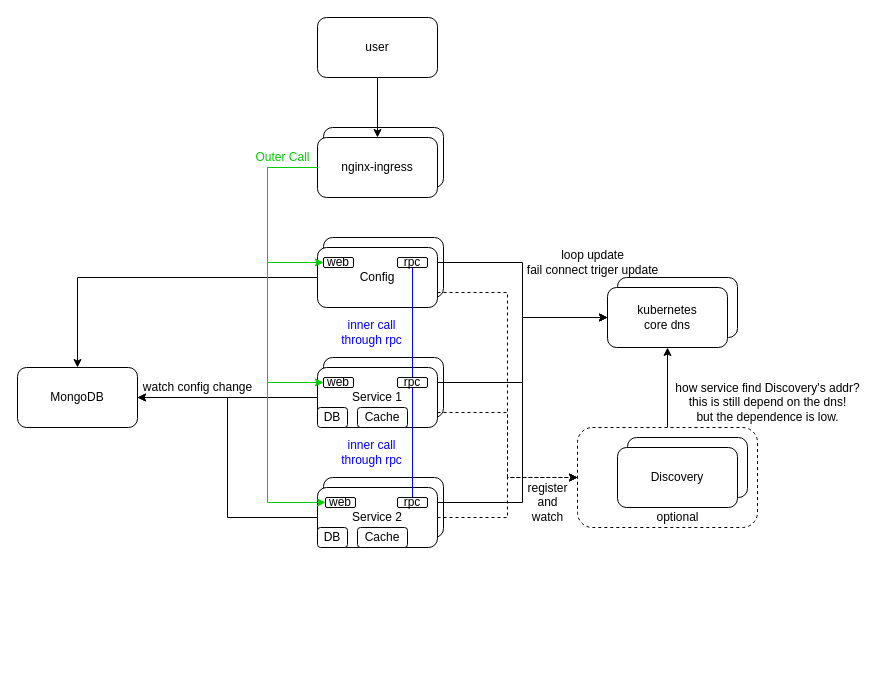
Earlier version of the draw.io diagram Corelib.drawio (chenjie199234/Corelib). Source tidied: cells renumbered, new cells numbered last; positions are measured from the earlier drawing's top-left corner, leaving out a move shared by most shapes. Both pictures are drawn from the tidied source at 100%, with x=0, y=0 at pixel (17, 17).
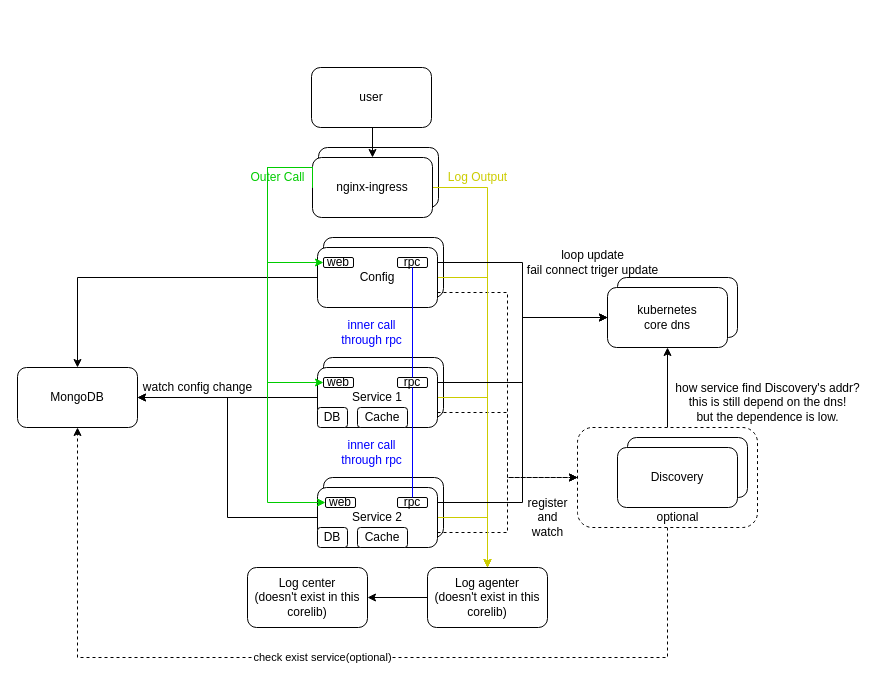
The same page after the edit.

The change refers to these unchanged cells:
```xml
<mxCell id="4" style="rounded=1;whiteSpace=wrap;html=1;dashed=1;" parent="1" vertex="1">
  <mxGeometry x="560" y="410" width="180" height="100" as="geometry" />
</mxCell>
<mxCell id="12" value="Config" style="rounded=1;whiteSpace=wrap;html=1;" parent="1" vertex="1">
  <mxGeometry x="300" y="230" width="120" height="60" as="geometry" />
</mxCell>
<mxCell id="17" value="Service 1" style="rounded=1;whiteSpace=wrap;html=1;" parent="1" vertex="1">
  <mxGeometry x="300" y="350" width="120" height="60" as="geometry" />
</mxCell>
<mxCell id="22" value="Service 2" style="rounded=1;whiteSpace=wrap;html=1;" parent="1" vertex="1">
  <mxGeometry x="300" y="470" width="120" height="60" as="geometry" />
</mxCell>
<mxCell id="23" value="MongoDB" style="rounded=1;whiteSpace=wrap;html=1;" parent="1" vertex="1">
  <mxGeometry y="350" width="120" height="60" as="geometry" />
</mxCell>
```

Diff of the diagram source:
```diff
@@
+    <mxCell id="51" value="check exist service(optional)" style="edgeStyle=orthogonalEdgeStyle;rounded=0;jettySize=auto;html=1;entryX=0.5;entryY=1;entryDx=0;entryDy=0;dashed=1;" parent="1" edge="1" source="4" target="23">
+      <mxGeometry relative="1" as="geometry">
+        <Array as="points">
+          <mxPoint x="650" y="640" />
+          <mxPoint x="60" y="640" />
+        </Array>
+      </mxGeometry>
+    </mxCell>
@@
     <mxCell id="6" style="rounded=1;whiteSpace=wrap;html=1;" parent="1" vertex="1">
-      <mxGeometry x="306" y="110" width="120" height="60" as="geometry" />
+      <mxGeometry x="301" y="130" width="120" height="60" as="geometry" />
     </mxCell>
@@
+    <mxCell id="52" style="edgeStyle=orthogonalEdgeStyle;rounded=0;jettySize=auto;html=1;exitX=1;exitY=0.5;exitDx=0;exitDy=0;entryX=0.5;entryY=0;entryDx=0;entryDy=0;strokeColor=#CCCC00;" parent="1" edge="1" source="8" target="58">
+      <mxGeometry relative="1" as="geometry" />
+    </mxCell>
     <mxCell id="8" value="nginx-ingress" style="rounded=1;whiteSpace=wrap;html=1;" parent="1" vertex="1">
-      <mxGeometry x="300" y="120" width="120" height="60" as="geometry" />
+      <mxGeometry x="295" y="140" width="120" height="60" as="geometry" />
     </mxCell>
@@
+    <mxCell id="53" style="edgeStyle=orthogonalEdgeStyle;rounded=0;jettySize=auto;html=1;exitX=1;exitY=0.5;exitDx=0;exitDy=0;entryX=0.5;entryY=0;entryDx=0;entryDy=0;strokeColor=#CCCC00;" parent="1" edge="1" source="12" target="58">
+      <mxGeometry relative="1" as="geometry" />
+    </mxCell>
@@
+    <mxCell id="54" style="edgeStyle=orthogonalEdgeStyle;rounded=0;jettySize=auto;html=1;exitX=1;exitY=0.5;exitDx=0;exitDy=0;entryX=0.5;entryY=0;entryDx=0;entryDy=0;strokeColor=#CCCC00;" parent="1" edge="1" source="17" target="58">
+      <mxGeometry relative="1" as="geometry" />
+    </mxCell>
@@
-    <mxCell id="21" style="edgeStyle=orthogonalEdgeStyle;rounded=0;jettySize=auto;html=1;exitX=1;exitY=0.5;exitDx=0;exitDy=0;entryX=0;entryY=0.5;entryDx=0;entryDy=0;dashed=1;strokeColor=#000000;" parent="1" edge="1" source="22" target="4">
+    <mxCell id="21" style="edgeStyle=orthogonalEdgeStyle;rounded=0;jettySize=auto;html=1;exitX=1;exitY=0.75;exitDx=0;exitDy=0;entryX=0;entryY=0.5;entryDx=0;entryDy=0;dashed=1;strokeColor=#000000;" parent="1" edge="1" source="22" target="4">
       <mxGeometry relative="1" as="geometry" />
     </mxCell>
+    <mxCell id="55" style="edgeStyle=orthogonalEdgeStyle;rounded=0;jettySize=auto;html=1;exitX=1;exitY=0.5;exitDx=0;exitDy=0;entryX=0.5;entryY=0;entryDx=0;entryDy=0;strokeColor=#CCCC00;" parent="1" edge="1" source="22" target="58">
+      <mxGeometry relative="1" as="geometry" />
+    </mxCell>
@@
     <mxCell id="34" value="&lt;font color=&quot;#00cc00&quot;&gt;Outer Call&lt;/font&gt;" style="text;html=1;align=center;verticalAlign=middle;strokeColor=none;fillColor=none;" parent="1" vertex="1">
-      <mxGeometry x="230" y="130" width="70" height="20" as="geometry" />
+      <mxGeometry x="225" y="150" width="70" height="20" as="geometry" />
     </mxCell>
@@
     <mxCell id="46" value="register&lt;br&gt;and&lt;br&gt;watch" style="text;html=1;align=center;verticalAlign=middle;strokeColor=none;fillColor=none;" parent="1" vertex="1">
-      <mxGeometry x="500" y="460" width="60" height="50" as="geometry" />
+      <mxGeometry x="500" y="475" width="60" height="50" as="geometry" />
     </mxCell>
@@
     <mxCell id="50" value="user" style="rounded=1;whiteSpace=wrap;html=1;" parent="1" vertex="1">
-      <mxGeometry x="300" width="120" height="60" as="geometry" />
+      <mxGeometry x="294" y="50" width="120" height="60" as="geometry" />
     </mxCell>
+    <mxCell id="56" value="Log center&lt;br&gt;(doesn't exist in this corelib)" style="rounded=1;whiteSpace=wrap;html=1;" parent="1" vertex="1">
+      <mxGeometry x="230" y="550" width="120" height="60" as="geometry" />
+    </mxCell>
+    <mxCell id="57" style="edgeStyle=orthogonalEdgeStyle;rounded=0;jettySize=auto;html=1;exitX=0;exitY=0.5;exitDx=0;exitDy=0;entryX=1;entryY=0.5;entryDx=0;entryDy=0;strokeColor=#000000;" parent="1" edge="1" source="58" target="56">
+      <mxGeometry relative="1" as="geometry" />
+    </mxCell>
+    <mxCell id="58" value="Log agenter&lt;br&gt;(doesn't exist in this corelib)" style="rounded=1;whiteSpace=wrap;html=1;" parent="1" vertex="1">
+      <mxGeometry x="410" y="550" width="120" height="60" as="geometry" />
+    </mxCell>
+    <mxCell id="59" value="&lt;font color=&quot;#cccc00&quot;&gt;Log Output&lt;/font&gt;" style="text;html=1;align=center;verticalAlign=middle;strokeColor=none;fillColor=none;" parent="1" vertex="1">
+      <mxGeometry x="425" y="150" width="70" height="20" as="geometry" />
+    </mxCell>
```
